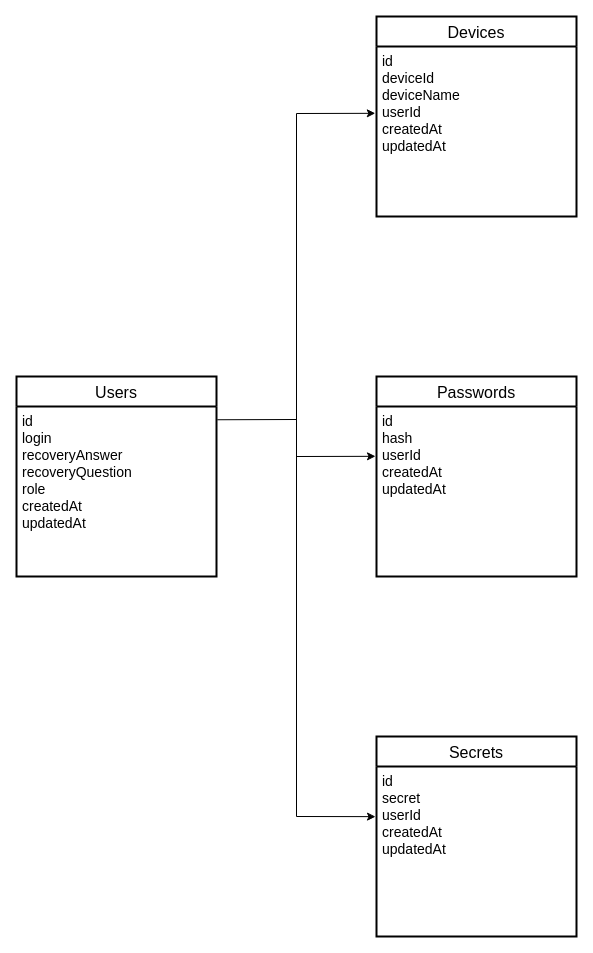
The draw.io diagram relay.drawio in relay-project/relay-backend, before the edit. Source tidied: cells renumbered, new cells numbered last; positions are measured from the earlier drawing's top-left corner, leaving out a move shared by most shapes. Both pictures are drawn from the tidied source at 100%, with x=0, y=0 at pixel (16, 16).
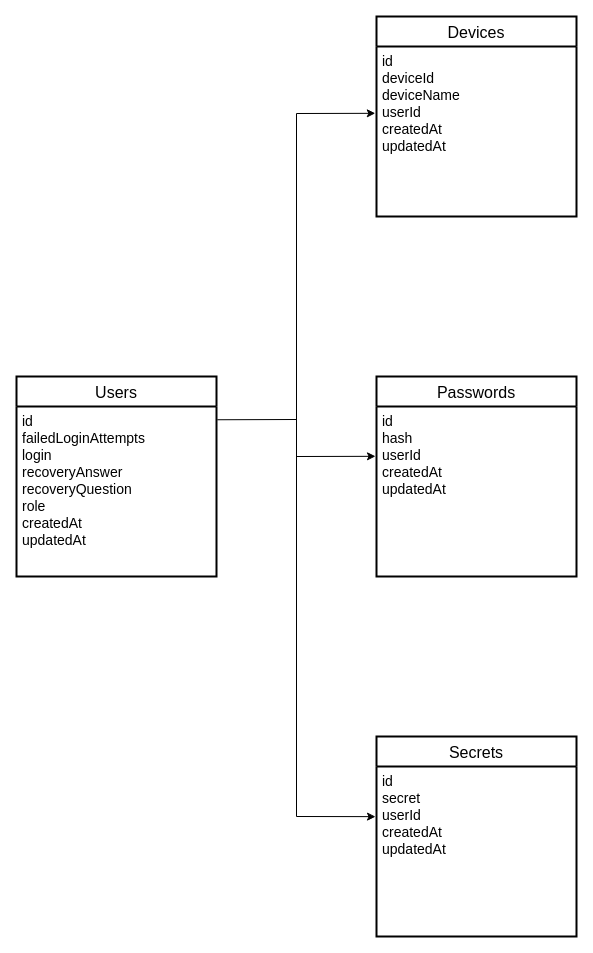
The same diagram, later.

The edit, as a diff of the source:
```diff
@@
 <mxGraphModel>
   <root>
     <mxCell id="0" />
     <mxCell id="1" parent="0" />
     <mxCell id="2" value="Users" style="swimlane;horizontal=1;startSize=30;rounded=1;fontSize=16;fontStyle=0;strokeWidth=2;shadow=0;dashed=0;align=center;arcSize=0;" parent="1" vertex="1">
       <mxGeometry y="360" width="200" height="200" as="geometry" />
     </mxCell>
-    <mxCell id="3" value="id&#10;login&#10;recoveryAnswer&#10;recoveryQuestion&#10;role&#10;createdAt&#10;updatedAt" style="align=left;strokeColor=none;fillColor=none;spacingLeft=4;fontSize=14;verticalAlign=top;" parent="2" vertex="1">
+    <mxCell id="3" value="id&#10;failedLoginAttempts&#10;login&#10;recoveryAnswer&#10;recoveryQuestion&#10;role&#10;createdAt&#10;updatedAt" style="align=left;strokeColor=none;fillColor=none;spacingLeft=4;fontSize=14;verticalAlign=top;" parent="2" vertex="1">
       <mxGeometry y="30" width="200" height="170" as="geometry" />
     </mxCell>
     <mxCell id="4" value="Passwords" style="swimlane;horizontal=1;startSize=30;rounded=1;fontSize=16;fontStyle=0;strokeWidth=2;shadow=0;dashed=0;align=center;arcSize=0;" parent="1" vertex="1">
       <mxGeometry x="360" y="360" width="200" height="200" as="geometry" />
     </mxCell>
     <mxCell id="5" value="id&#10;hash&#10;userId&#10;createdAt&#10;updatedAt" style="align=left;strokeColor=none;fillColor=none;spacingLeft=4;fontSize=14;verticalAlign=top;" parent="4" vertex="1">
       <mxGeometry y="30" width="200" height="170" as="geometry" />
     </mxCell>
     <mxCell id="6" style="endArrow=classic;html=1;rounded=0;fontSize=14;exitX=1.004;exitY=0.078;exitDx=0;exitDy=0;exitPerimeter=0;entryX=-0.005;entryY=0.293;entryDx=0;entryDy=0;entryPerimeter=0;" parent="1" edge="1" source="3" target="5">
       <mxGeometry relative="1" as="geometry">
         <Array as="points">
           <mxPoint x="280" y="403" />
           <mxPoint x="280" y="440" />
         </Array>
       </mxGeometry>
     </mxCell>
     <mxCell id="7" value="Secrets" style="swimlane;horizontal=1;startSize=30;rounded=1;fontSize=16;fontStyle=0;strokeWidth=2;shadow=0;dashed=0;align=center;arcSize=0;" parent="1" vertex="1">
       <mxGeometry x="360" y="720" width="200" height="200" as="geometry" />
     </mxCell>
     <mxCell id="8" value="id&#10;secret&#10;userId&#10;createdAt&#10;updatedAt" style="align=left;strokeColor=none;fillColor=none;spacingLeft=4;fontSize=14;verticalAlign=top;" parent="7" vertex="1">
       <mxGeometry y="30" width="200" height="170" as="geometry" />
     </mxCell>
     <mxCell id="9" style="endArrow=classic;html=1;rounded=0;entryX=-0.005;entryY=0.295;entryDx=0;entryDy=0;entryPerimeter=0;" parent="1" edge="1" target="8">
       <mxGeometry relative="1" as="geometry">
         <mxPoint x="280" y="430" as="sourcePoint" />
         <Array as="points">
           <mxPoint x="280" y="800" />
         </Array>
       </mxGeometry>
     </mxCell>
     <mxCell id="10" value="Devices" style="swimlane;horizontal=1;startSize=30;rounded=1;fontSize=16;fontStyle=0;strokeWidth=2;shadow=0;dashed=0;align=center;arcSize=0;" parent="1" vertex="1">
       <mxGeometry x="360" width="200" height="200" as="geometry" />
     </mxCell>
     <mxCell id="11" value="id&#10;deviceId&#10;deviceName&#10;userId&#10;createdAt&#10;updatedAt" style="align=left;strokeColor=none;fillColor=none;spacingLeft=4;fontSize=14;verticalAlign=top;" parent="10" vertex="1">
       <mxGeometry y="30" width="200" height="170" as="geometry" />
     </mxCell>
     <mxCell id="12" style="endArrow=classic;html=1;rounded=0;entryX=-0.006;entryY=0.393;entryDx=0;entryDy=0;entryPerimeter=0;" parent="1" edge="1" target="11">
       <mxGeometry relative="1" as="geometry">
         <mxPoint x="280" y="410" as="sourcePoint" />
         <Array as="points">
           <mxPoint x="280" y="97" />
         </Array>
       </mxGeometry>
     </mxCell>
   </root>
 </mxGraphModel>
```
